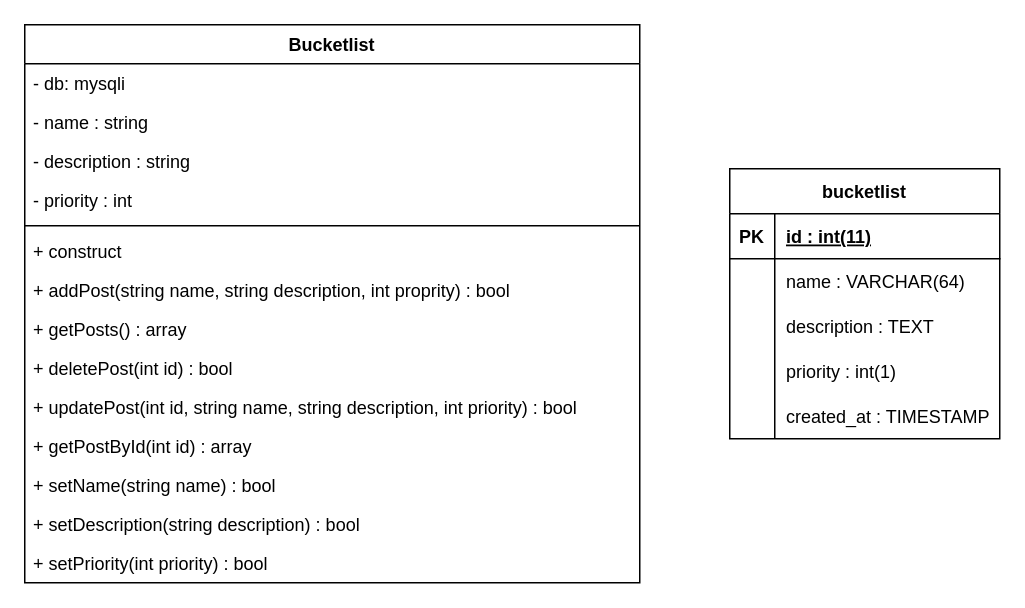
iswe2301/wordpress-moment2 keeps this draw.io diagram as schemes/bucketlist.drawio. Above is the earlier version. Source tidied: cells renumbered, new cells numbered last; positions are measured from the earlier drawing's top-left corner, leaving out a move shared by most shapes. Both pictures are drawn from the tidied source at 150%, with x=0, y=0 at pixel (24, 24).
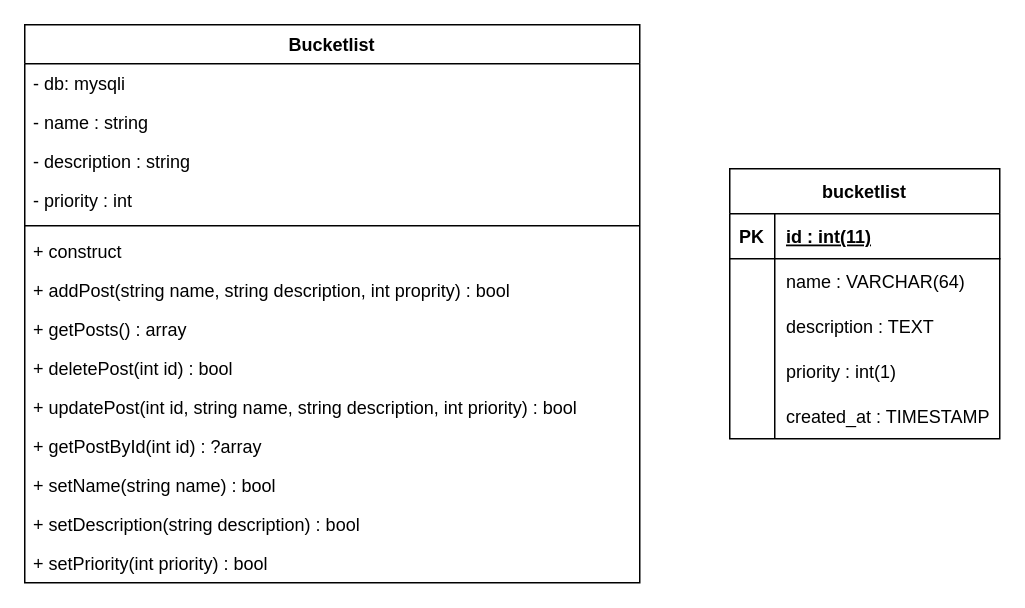
Above is the later version.

Commit message:
Ändrat returtyp för getPostById till ?array då den kan returnera null

The change refers to these unchanged cells:
```xml
<mxCell id="18" value="Bucketlist" style="swimlane;fontStyle=1;align=center;verticalAlign=top;horizontal=1;startSize=26;" parent="1" vertex="1">
  <mxGeometry width="410" height="372" as="geometry" />
</mxCell>
```

Diff of the diagram source:
```diff
@@
-    <mxCell id="29" value="+ getPostById(int id) : array" style="text;strokeColor=none;fillColor=none;align=left;verticalAlign=top;spacingLeft=4;spacingRight=4;overflow=hidden;" parent="18" vertex="1">
+    <mxCell id="29" value="+ getPostById(int id) : ?array" style="text;strokeColor=none;fillColor=none;align=left;verticalAlign=top;spacingLeft=4;spacingRight=4;overflow=hidden;" parent="18" vertex="1">
       <mxGeometry y="268" width="410" height="26" as="geometry" />
     </mxCell>
```
